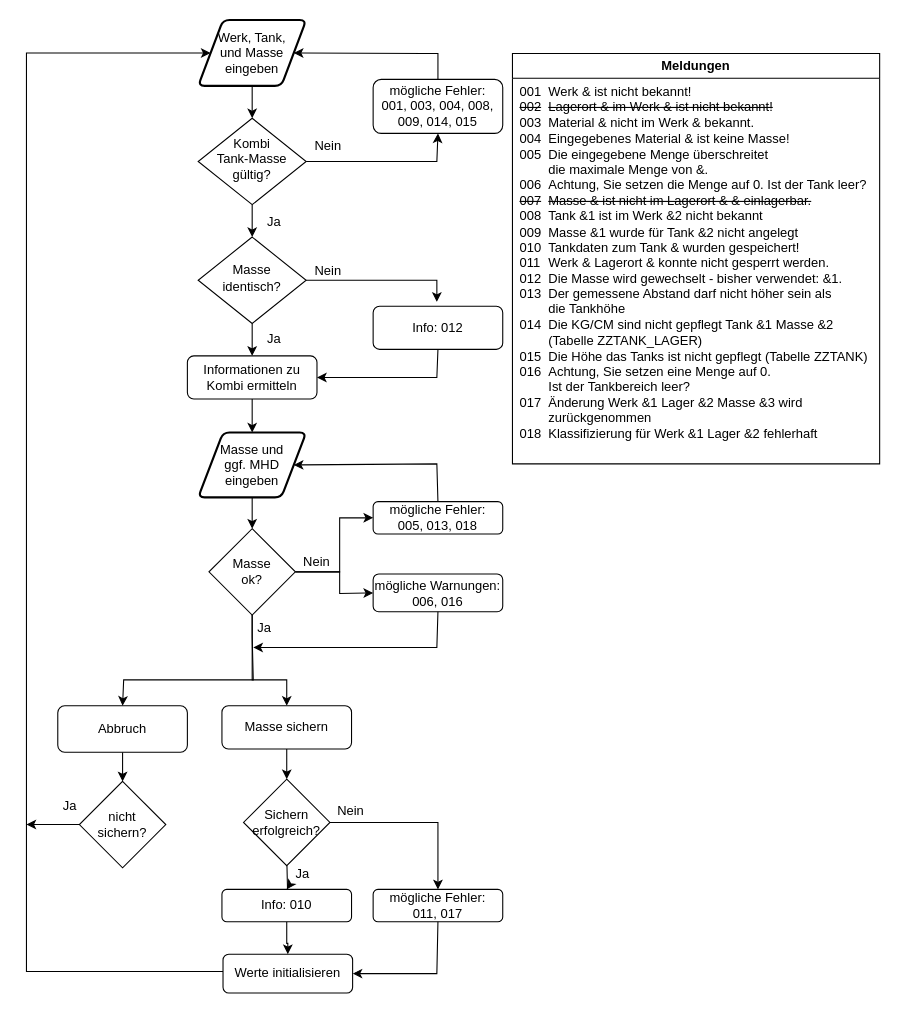
Before: Tank.drawio in fsteffens/draw, a draw.io diagram. Source tidied: cells renumbered, new cells numbered last; positions are measured from the earlier drawing's top-left corner, leaving out a move shared by most shapes. Both pictures are drawn from the tidied source at 108%, with x=0, y=0 at pixel (26, 19).
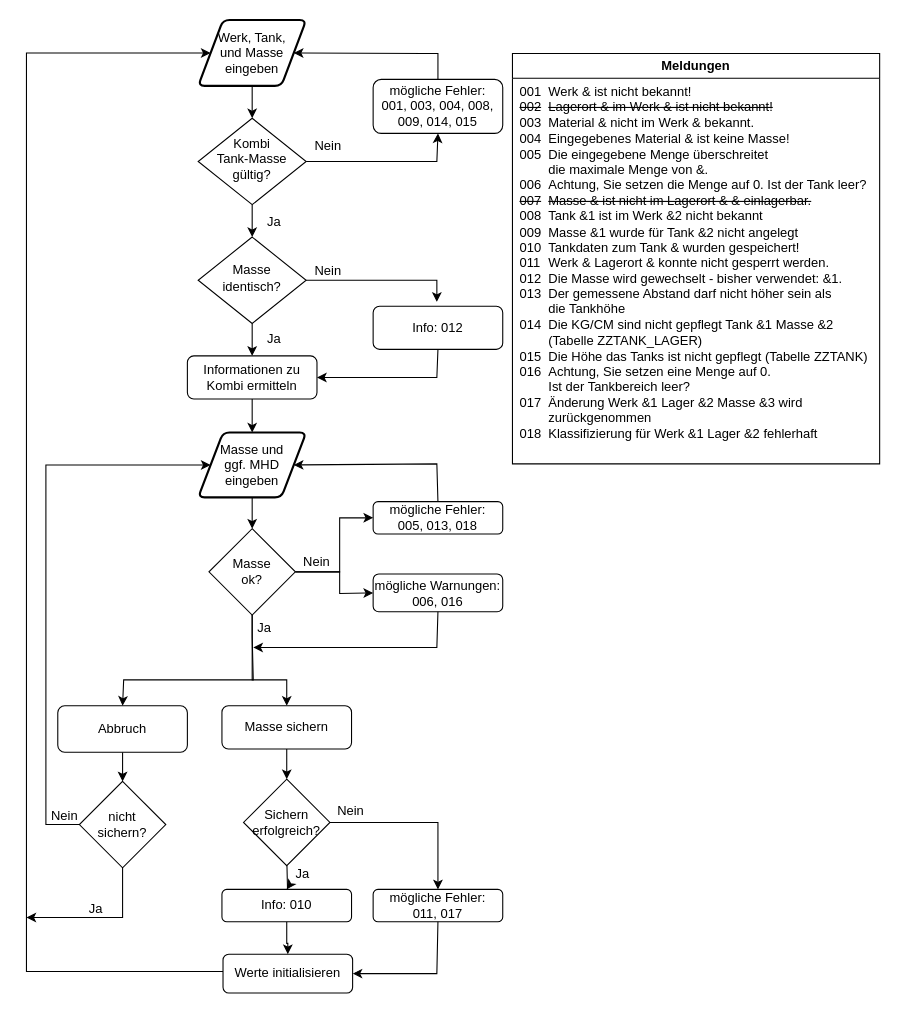
Above is the later version.

Unchanged cells that the change refers to:
```xml
<mxCell id="17" value="Masse und &lt;br&gt;ggf. MHD eingeben" style="shape=parallelogram;html=1;strokeWidth=2;perimeter=parallelogramPerimeter;whiteSpace=wrap;rounded=1;arcSize=12;size=0.23;" parent="1" vertex="1">
  <mxGeometry x="159" y="382" width="100" height="60" as="geometry" />
</mxCell>
<mxCell id="44" value="nicht &lt;br&gt;sichern?" style="rhombus;whiteSpace=wrap;html=1;" parent="1" vertex="1">
  <mxGeometry x="49" y="705" width="80" height="80" as="geometry" />
</mxCell>
```

What changed in the source:
```diff
@@
-    <mxCell id="45" style="endArrow=classic;html=1;rounded=0;exitX=0;exitY=0.5;exitDx=0;exitDy=0;" parent="1" edge="1" source="44">
+    <mxCell id="45" style="endArrow=classic;html=1;rounded=0;exitX=0.5;exitY=1;exitDx=0;exitDy=0;" parent="1" edge="1" source="44">
       <mxGeometry relative="1" as="geometry">
-        <mxPoint y="745" as="targetPoint" />
+        <mxPoint y="831" as="targetPoint" />
+        <Array as="points">
+          <mxPoint x="89" y="831" />
+        </Array>
       </mxGeometry>
     </mxCell>
     <mxCell id="46" value="Ja" style="text;html=1;align=center;verticalAlign=middle;strokeColor=none;fillColor=none;" parent="1" vertex="1">
-      <mxGeometry x="20" y="713" width="40" height="30" as="geometry" />
+      <mxGeometry x="44" y="808" width="40" height="30" as="geometry" />
     </mxCell>
@@
+    <mxCell id="53" style="endArrow=classic;html=1;rounded=0;exitX=0;exitY=0.5;exitDx=0;exitDy=0;entryX=0;entryY=0.5;entryDx=0;entryDy=0;" parent="1" edge="1" source="44" target="17">
+      <mxGeometry relative="1" as="geometry">
+        <Array as="points">
+          <mxPoint x="18" y="745" />
+          <mxPoint x="18" y="412" />
+        </Array>
+      </mxGeometry>
+    </mxCell>
+    <mxCell id="54" value="Nein" style="text;html=1;align=center;verticalAlign=middle;strokeColor=none;fillColor=none;" parent="1" vertex="1">
+      <mxGeometry x="10" y="722" width="50" height="30" as="geometry" />
+    </mxCell>
```
